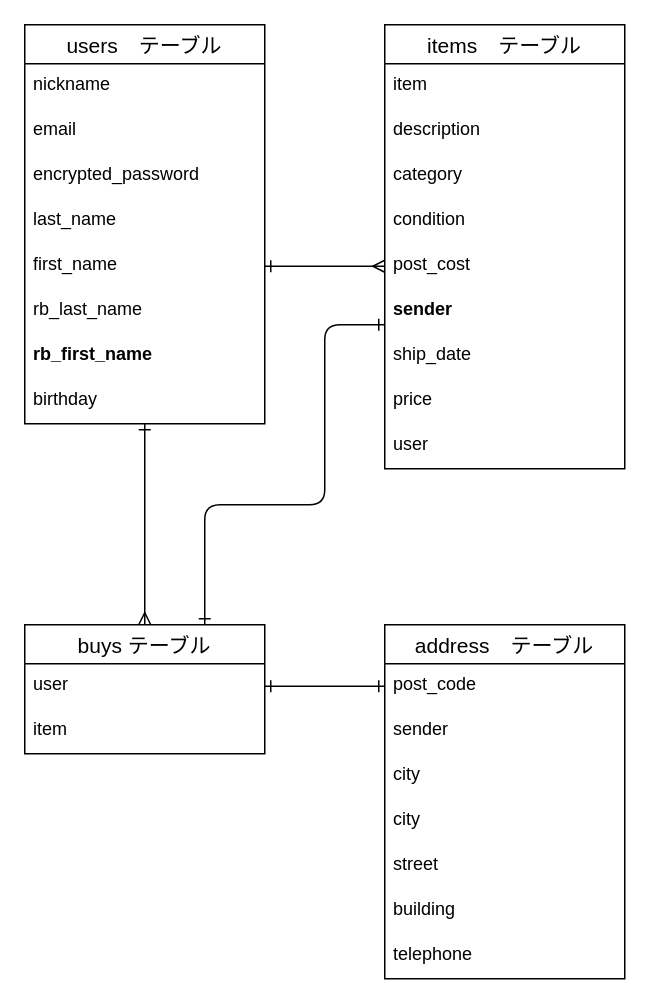
Earlier version of the draw.io diagram deta.dio (lemon78787878/furima-41002). Source tidied: cells renumbered, new cells numbered last; positions are measured from the earlier drawing's top-left corner, leaving out a move shared by most shapes. Both pictures are drawn from the tidied source at 150%, with x=0, y=0 at pixel (24, 24).
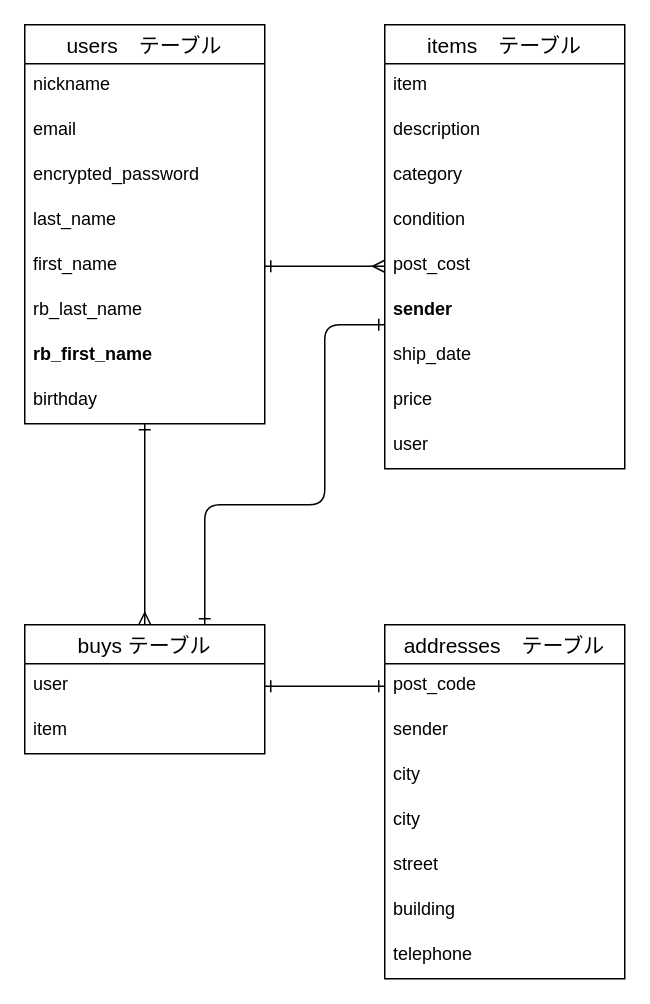
After the change.

Commit message (it also covers changes not shown here):
データベース設計の修正2

What changed in the source:
```diff
@@
-    <mxCell id="26" value="address　テーブル" style="swimlane;fontStyle=0;horizontal=1;startSize=26;align=center;fontSize=14;" parent="1" vertex="1">
+    <mxCell id="26" value="addresses　テーブル" style="swimlane;fontStyle=0;horizontal=1;startSize=26;align=center;fontSize=14;" parent="1" vertex="1">
       <mxGeometry x="240" y="400" width="160" height="236" as="geometry" />
     </mxCell>
```
